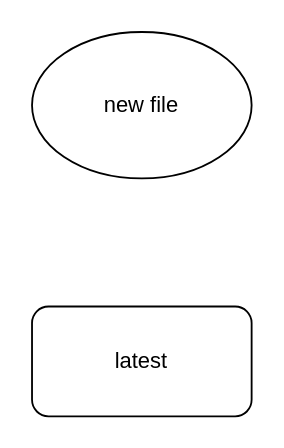
johnson845173/bolt_project_weather_monitor keeps this draw.io diagram as Untitled Diagram.drawio. Above is the earlier version. Source tidied: cells renumbered, new cells numbered last; positions are measured from the earlier drawing's top-left corner, leaving out a move shared by most shapes. Both pictures are drawn from the tidied source at 183%, with x=0, y=0 at pixel (31, 31).
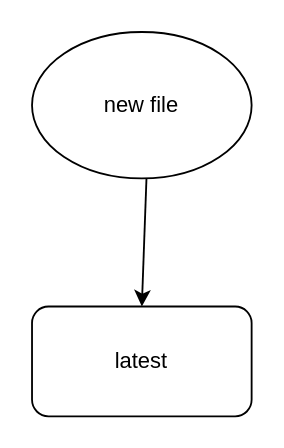
Above is the later version.

The edit, as a diff of the source:
```diff
@@
 <mxGraphModel>
   <root>
     <mxCell id="0" />
     <mxCell id="1" parent="0" />
+    <mxCell id="4" style="edgeStyle=none;html=1;" parent="1" edge="1" source="2" target="3">
+      <mxGeometry relative="1" as="geometry" />
+    </mxCell>
     <mxCell id="2" value="new file" style="ellipse;whiteSpace=wrap;html=1;" parent="1" vertex="1">
       <mxGeometry width="120" height="80" as="geometry" />
     </mxCell>
     <mxCell id="3" value="latest" style="rounded=1;whiteSpace=wrap;html=1;" parent="1" vertex="1">
       <mxGeometry y="150" width="120" height="60" as="geometry" />
     </mxCell>
   </root>
 </mxGraphModel>
```
